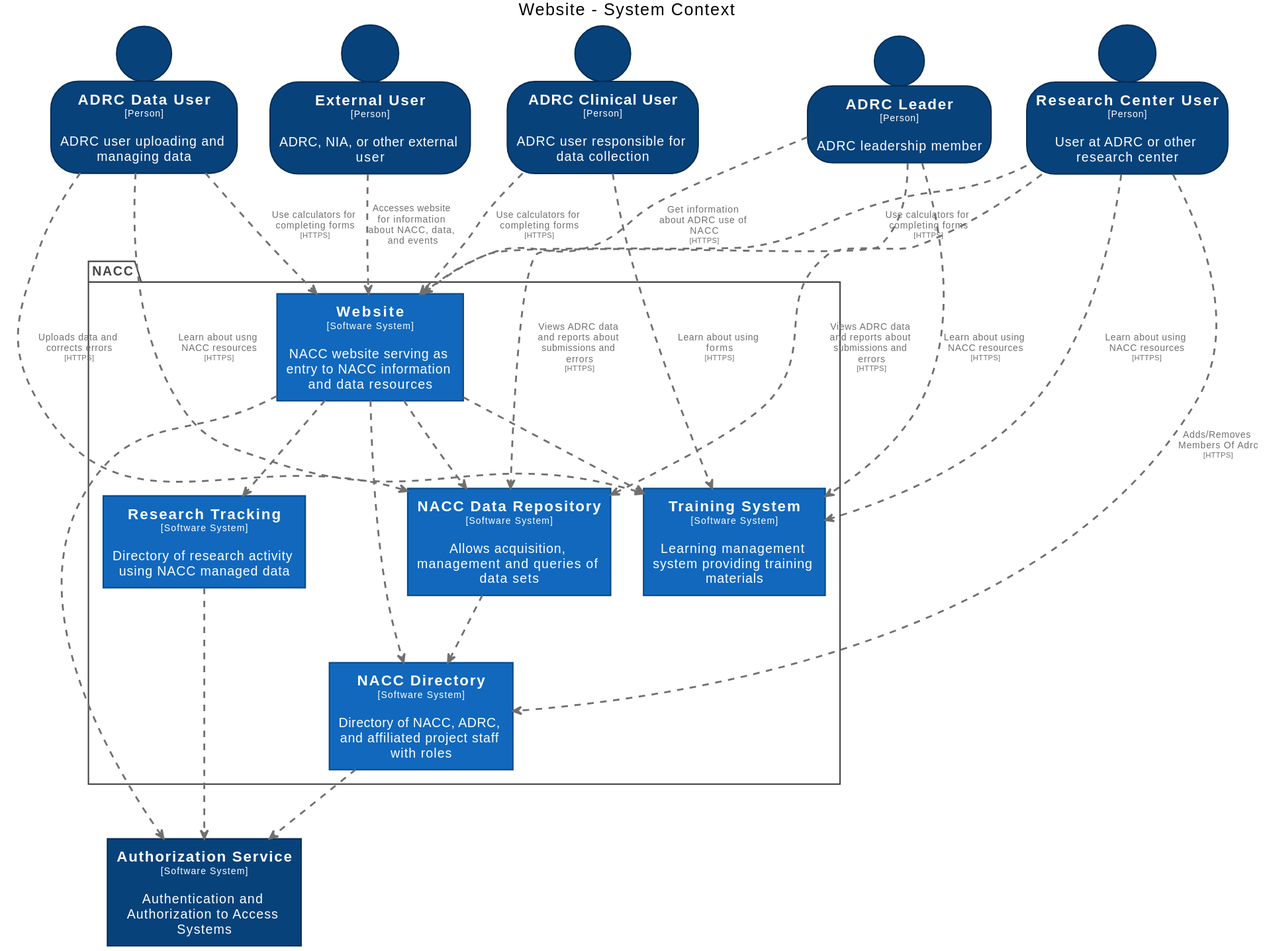
This is docs/images/structurizr-WebsiteContext.svg from naccdata/system-design, a PlantUML export, as it was before one commit.
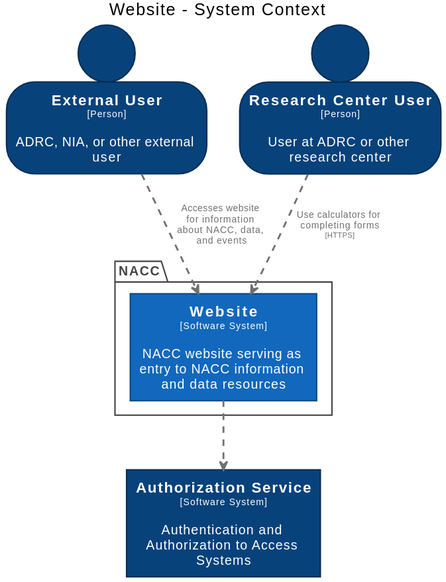
After the commit.

The edit, as a diff of the source:
```diff
@@ -13,21 +13,6 @@
 
 hide stereotype
 
-skinparam person<<ADRCClinicalUser>> {
-  BackgroundColor #08427b
-  FontColor #ffffff
-  BorderColor #052e56
-}
-skinparam person<<ADRCDataUser>> {
-  BackgroundColor #08427b
-  FontColor #ffffff
-  BorderColor #052e56
-}
-skinparam person<<ADRCLeader>> {
-  BackgroundColor #08427b
-  FontColor #ffffff
-  BorderColor #052e56
-}
 skinparam rectangle<<AuthorizationService>> {
   BackgroundColor #08427b
   FontColor #ffffff
@@ -38,30 +23,10 @@
   FontColor #ffffff
   BorderColor #052e56
 }
-skinparam rectangle<<NACCDataRepository>> {
-  BackgroundColor #1168bd
-  FontColor #ffffff
-  BorderColor #0b4884
-}
-skinparam rectangle<<NACCDirectory>> {
-  BackgroundColor #1168bd
-  FontColor #ffffff
-  BorderColor #0b4884
-}
 skinparam person<<ResearchCenterUser>> {
   BackgroundColor #08427b
   FontColor #ffffff
   BorderColor #052e56
-}
-skinparam rectangle<<ResearchTracking>> {
-  BackgroundColor #1168bd
-  FontColor #ffffff
-  BorderColor #0b4884
-}
-skinparam rectangle<<TrainingSystem>> {
-  BackgroundColor #1168bd
-  FontColor #ffffff
-  BorderColor #0b4884
 }
 skinparam rectangle<<Website>> {
   BackgroundColor #1168bd
@@ -73,39 +38,14 @@
   skinparam PackageBorderColor<<enterprise>> #444444
   skinparam PackageFontColor<<enterprise>> #444444
 
-  rectangle "==NACC Directory\n<size:10>[Software System]</size>\n\nDirectory of NACC, ADRC, and affiliated project staff with roles" <<NACCDirectory>> as NACCDirectory
-  rectangle "==NACC Data Repository\n<size:10>[Software System]</size>\n\nAllows acquisition, management and queries of data sets" <<NACCDataRepository>> as NACCDataRepository
-  rectangle "==Research Tracking\n<size:10>[Software System]</size>\n\nDirectory of research activity using NACC managed data" <<ResearchTracking>> as ResearchTracking
-  rectangle "==Training System\n<size:10>[Software System]</size>\n\nLearning management system providing training materials" <<TrainingSystem>> as TrainingSystem
   rectangle "==Website\n<size:10>[Software System]</size>\n\nNACC website serving as entry to NACC information and data resources" <<Website>> as Website
 }
 
 rectangle "==Authorization Service\n<size:10>[Software System]</size>\n\nAuthentication and Authorization to Access Systems" <<AuthorizationService>> as AuthorizationService
 person "==External User\n<size:10>[Person]</size>\n\nADRC, NIA, or other external user" <<ExternalUser>> as ExternalUser
 person "==Research Center User\n<size:10>[Person]</size>\n\nUser at ADRC or other research center" <<ResearchCenterUser>> as ResearchCenterUser
-person "==ADRC Data User\n<size:10>[Person]</size>\n\nADRC user uploading and managing data" <<ADRCDataUser>> as ADRCDataUser
-person "==ADRC Clinical User\n<size:10>[Person]</size>\n\nADRC user responsible for data collection" <<ADRCClinicalUser>> as ADRCClinicalUser
-person "==ADRC Leader\n<size:10>[Person]</size>\n\nADRC leadership member" <<ADRCLeader>> as ADRCLeader
 
-Website .[#707070,thickness=2].> NACCDataRepository : "<color:#707070>"
-Website .[#707070,thickness=2].> NACCDirectory : "<color:#707070>"
+Website .[#707070,thickness=2].> AuthorizationService : "<color:#707070>"
 ExternalUser .[#707070,thickness=2].> Website : "<color:#707070>Accesses website for information about NACC, data, and events"
 ResearchCenterUser .[#707070,thickness=2].> Website : "<color:#707070>Use calculators for completing forms\n<color:#707070><size:8>[HTTPS]</size>"
-ResearchCenterUser .[#707070,thickness=2].> NACCDirectory : "<color:#707070>Adds/Removes Members Of Adrc\n<color:#707070><size:8>[HTTPS]</size>"
-ResearchCenterUser .[#707070,thickness=2].> NACCDataRepository : "<color:#707070>Views ADRC data and reports about submissions and errors\n<color:#707070><size:8>[HTTPS]</size>"
-ResearchCenterUser .[#707070,thickness=2].> TrainingSystem : "<color:#707070>Learn about using NACC resources\n<color:#707070><size:8>[HTTPS]</size>"
-ADRCDataUser .[#707070,thickness=2].> NACCDataRepository : "<color:#707070>Uploads data and corrects errors\n<color:#707070><size:8>[HTTPS]</size>"
-ADRCDataUser .[#707070,thickness=2].> Website : "<color:#707070>Use calculators for completing forms\n<color:#707070><size:8>[HTTPS]</size>"
-ADRCDataUser .[#707070,thickness=2].> TrainingSystem : "<color:#707070>Learn about usng NACC resources\n<color:#707070><size:8>[HTTPS]</size>"
-ADRCClinicalUser .[#707070,thickness=2].> TrainingSystem : "<color:#707070>Learn about using forms\n<color:#707070><size:8>[HTTPS]</size>"
-ADRCClinicalUser .[#707070,thickness=2].> Website : "<color:#707070>Use calculators for completing forms\n<color:#707070><size:8>[HTTPS]</size>"
-ADRCLeader .[#707070,thickness=2].> Website : "<color:#707070>Get information about ADRC use of NACC\n<color:#707070><size:8>[HTTPS]</size>"
-NACCDataRepository .[#707070,thickness=2].> NACCDirectory : "<color:#707070>"
-ADRCLeader .[#707070,thickness=2].> NACCDataRepository : "<color:#707070>Views ADRC data and reports about submissions and errors\n<color:#707070><size:8>[HTTPS]</size>"
-ADRCLeader .[#707070,thickness=2].> TrainingSystem : "<color:#707070>Learn about using NACC resources\n<color:#707070><size:8>[HTTPS]</size>"
-NACCDirectory .[#707070,thickness=2].> AuthorizationService : "<color:#707070>"
-ResearchTracking .[#707070,thickness=2].> AuthorizationService : "<color:#707070>"
-Website .[#707070,thickness=2].> AuthorizationService : "<color:#707070>"
-Website .[#707070,thickness=2].> TrainingSystem : "<color:#707070>"
-Website .[#707070,thickness=2].> ResearchTracking : "<color:#707070>"
 @enduml
```
